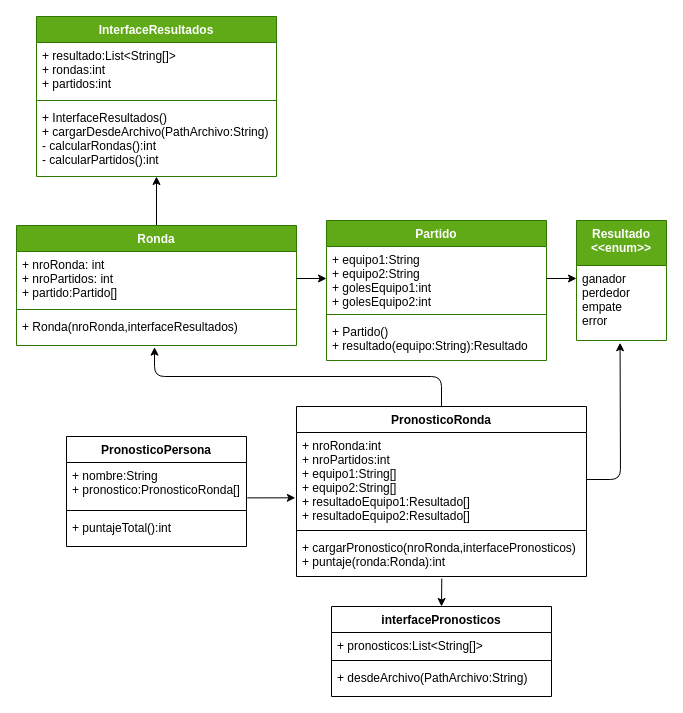
This is especificaciones/Diagrama adaptado.drawio from DogtorColmillo/Trabajo-Integrador, a draw.io file, before an edit. Source tidied: cells renumbered, new cells numbered last; positions are measured from the earlier drawing's top-left corner, leaving out a move shared by most shapes. Both pictures are drawn from the tidied source at 100%, with x=0, y=0 at pixel (16, 16).
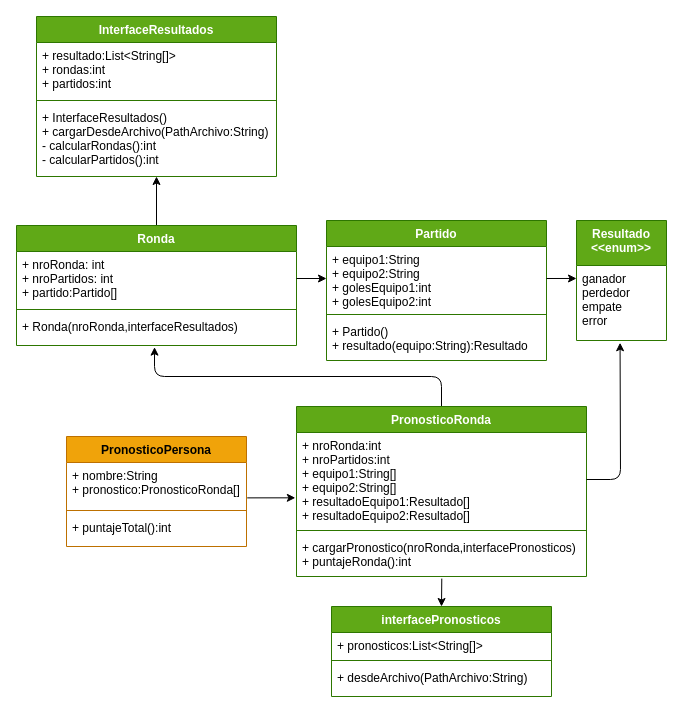
The same diagram, later.

Commit message (it also covers changes not shown here):
Pre Entrega 2 - falta pronosticopersona y main

The edit, as a diff of the source:
```diff
@@
-    <mxCell id="20" value="interfacePronosticos" style="swimlane;fontStyle=1;align=center;verticalAlign=top;horizontal=1;startSize=26;" parent="1" vertex="1">
+    <mxCell id="20" value="interfacePronosticos" style="swimlane;fontStyle=1;align=center;verticalAlign=top;horizontal=1;startSize=26;fillColor=#60a917;fontColor=#ffffff;strokeColor=#2D7600;" parent="1" vertex="1">
       <mxGeometry x="315" y="590" width="220" height="90" as="geometry" />
     </mxCell>
@@
-    <mxCell id="25" value="PronosticoRonda" style="swimlane;fontStyle=1;align=center;verticalAlign=top;horizontal=1;startSize=26;" parent="1" vertex="1">
+    <mxCell id="25" value="PronosticoRonda" style="swimlane;fontStyle=1;align=center;verticalAlign=top;horizontal=1;startSize=26;fillColor=#60a917;fontColor=#ffffff;strokeColor=#2D7600;" parent="1" vertex="1">
       <mxGeometry x="280" y="390" width="290" height="170" as="geometry" />
     </mxCell>
@@
-    <mxCell id="28" value="+ cargarPronostico(nroRonda,interfacePronosticos)&#10;+ puntaje(ronda:Ronda):int" style="text;strokeColor=none;fillColor=none;align=left;verticalAlign=top;spacingLeft=4;spacingRight=4;overflow=hidden;points=[[0,0.5],[1,0.5]];portConstraint=eastwest;" parent="25" vertex="1">
+    <mxCell id="28" value="+ cargarPronostico(nroRonda,interfacePronosticos)&#10;+ puntajeRonda():int" style="text;strokeColor=none;fillColor=none;align=left;verticalAlign=top;spacingLeft=4;spacingRight=4;overflow=hidden;points=[[0,0.5],[1,0.5]];portConstraint=eastwest;" parent="25" vertex="1">
       <mxGeometry y="128" width="290" height="42" as="geometry" />
     </mxCell>
-    <mxCell id="29" value="PronosticoPersona" style="swimlane;fontStyle=1;align=center;verticalAlign=top;horizontal=1;startSize=26;" parent="1" vertex="1">
+    <mxCell id="29" value="PronosticoPersona" style="swimlane;fontStyle=1;align=center;verticalAlign=top;horizontal=1;startSize=26;fillColor=#f0a30a;fontColor=#000000;strokeColor=#BD7000;" parent="1" vertex="1">
       <mxGeometry x="50" y="420" width="180" height="110" as="geometry" />
     </mxCell>
```
